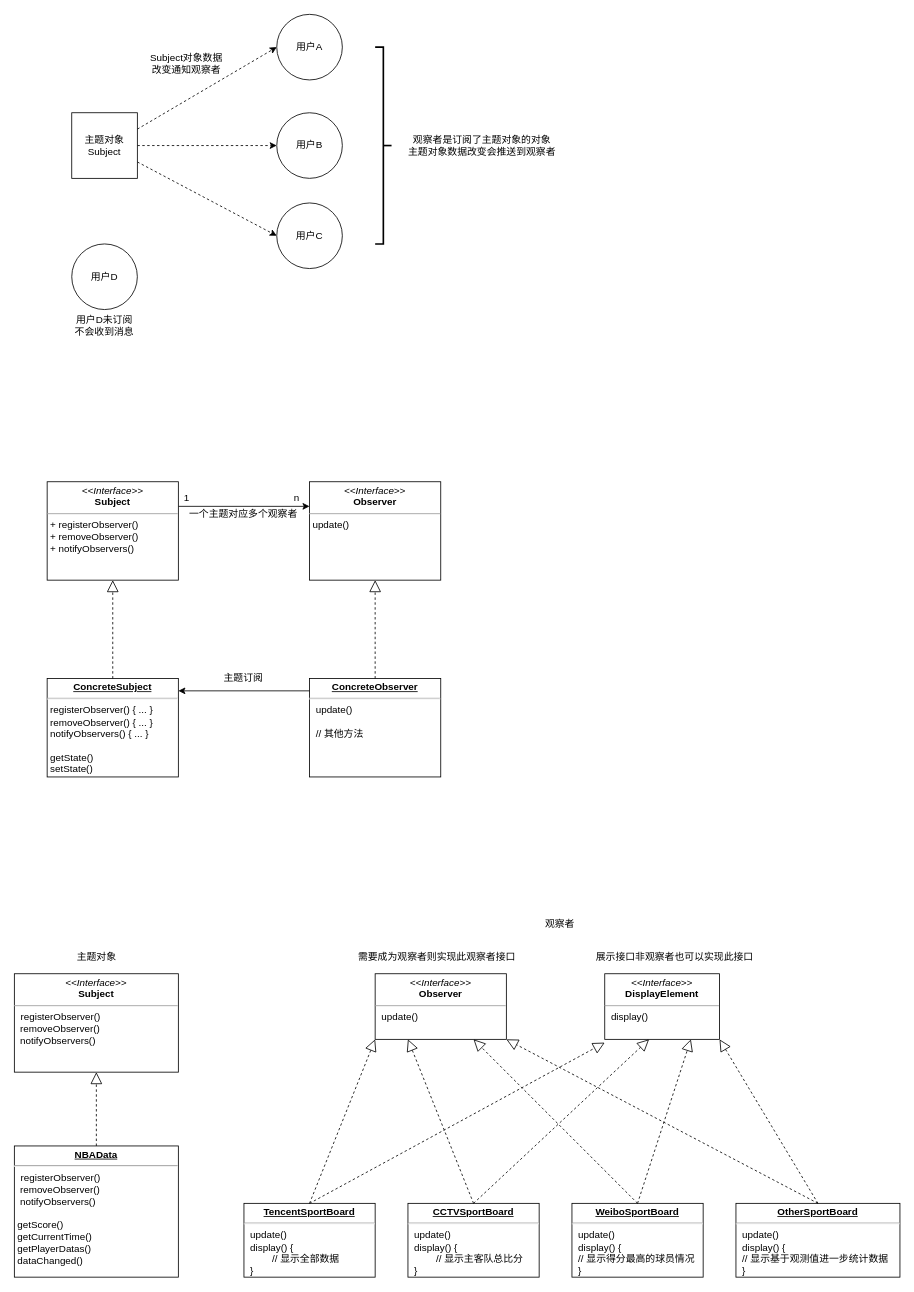
Above: page "Page-2" (2 of 4) of Untitled Diagram.drawio in gaolijiemathcs/drawio (draw.io), before the change. Source tidied: cells renumbered, new cells numbered last; positions are measured from the earlier drawing's top-left corner, leaving out a move shared by most shapes. Both pictures are drawn from the tidied source at 82%, with x=0, y=0 at pixel (14, 14).
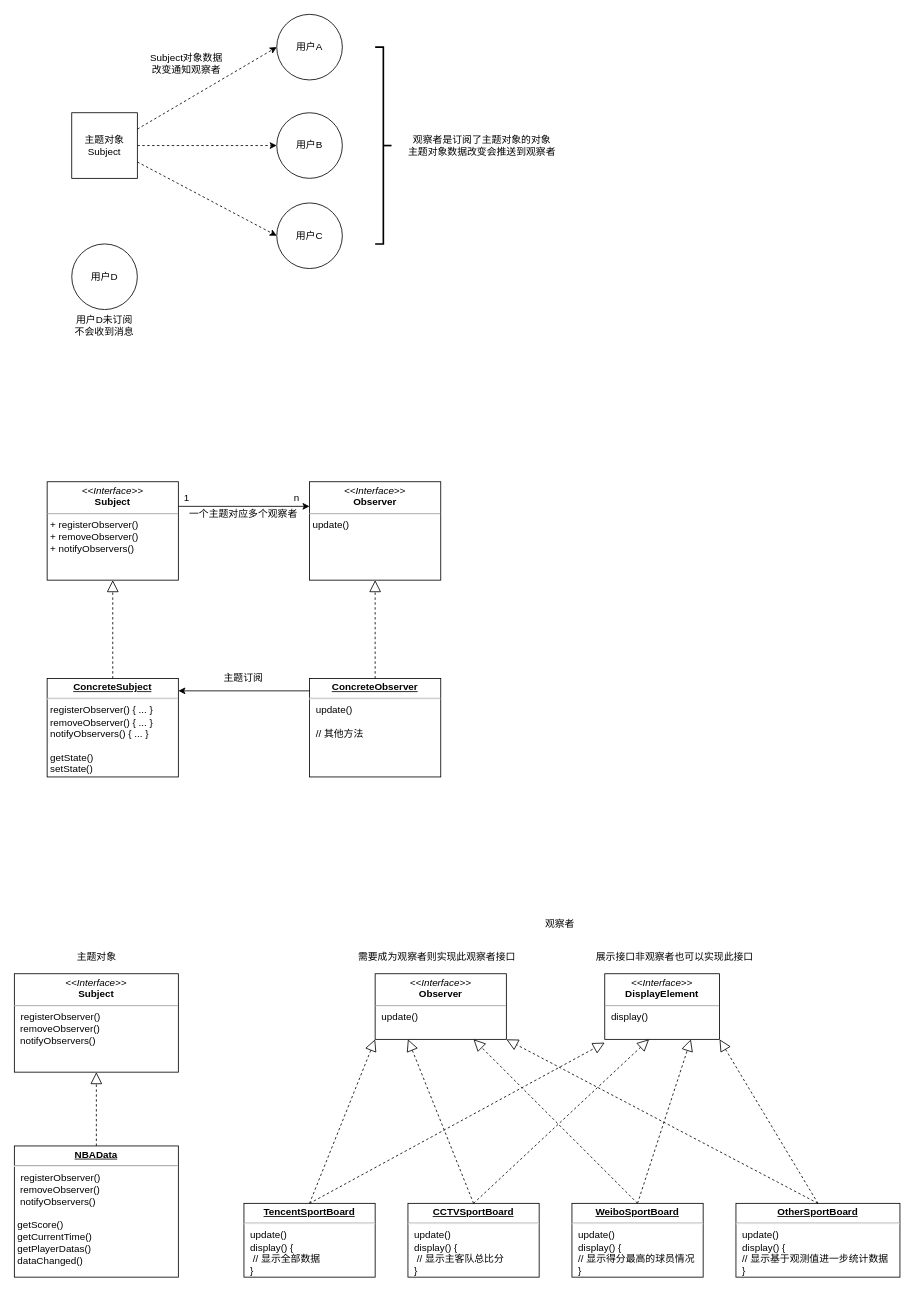
The same diagram, later.

Change to the diagram source:
```diff
@@
-    <mxCell id="29" value="&lt;p style=&quot;margin: 0px ; margin-top: 4px ; text-align: center ; text-decoration: underline&quot;&gt;&lt;b&gt;TencentSportBoard&lt;/b&gt;&lt;/p&gt;&lt;hr&gt;&lt;p style=&quot;margin: 0px ; margin-left: 8px&quot;&gt;update()&lt;/p&gt;&lt;p style=&quot;margin: 0px ; margin-left: 8px&quot;&gt;display() {&lt;/p&gt;&lt;p style=&quot;margin: 0px ; margin-left: 8px&quot;&gt;&lt;span style=&quot;white-space: pre&quot;&gt;&#9;&lt;/span&gt;// 显示全部数据&lt;br&gt;&lt;/p&gt;&lt;p style=&quot;margin: 0px ; margin-left: 8px&quot;&gt;}&lt;/p&gt;" style="verticalAlign=top;align=left;overflow=fill;fontSize=12;fontFamily=Helvetica;html=1;" parent="1" vertex="1">
+    <mxCell id="29" value="&lt;p style=&quot;margin: 0px ; margin-top: 4px ; text-align: center ; text-decoration: underline&quot;&gt;&lt;b&gt;TencentSportBoard&lt;/b&gt;&lt;/p&gt;&lt;hr&gt;&lt;p style=&quot;margin: 0px ; margin-left: 8px&quot;&gt;update()&lt;/p&gt;&lt;p style=&quot;margin: 0px ; margin-left: 8px&quot;&gt;display() {&lt;/p&gt;&lt;p style=&quot;margin: 0px ; margin-left: 8px&quot;&gt;&lt;span style=&quot;white-space: pre&quot;&gt; &lt;/span&gt;// 显示全部数据&lt;br&gt;&lt;/p&gt;&lt;p style=&quot;margin: 0px ; margin-left: 8px&quot;&gt;}&lt;/p&gt;" style="verticalAlign=top;align=left;overflow=fill;fontSize=12;fontFamily=Helvetica;html=1;" parent="1" vertex="1">
       <mxGeometry x="280" y="1450" width="160" height="90" as="geometry" />
     </mxCell>
-    <mxCell id="30" value="&lt;p style=&quot;margin: 0px ; margin-top: 4px ; text-align: center ; text-decoration: underline&quot;&gt;&lt;b&gt;CCTVSportBoard&lt;/b&gt;&lt;/p&gt;&lt;hr&gt;&lt;p style=&quot;margin: 0px ; margin-left: 8px&quot;&gt;update()&lt;/p&gt;&lt;p style=&quot;margin: 0px ; margin-left: 8px&quot;&gt;display() {&lt;/p&gt;&lt;p style=&quot;margin: 0px ; margin-left: 8px&quot;&gt;&lt;span style=&quot;white-space: pre&quot;&gt;&#9;&lt;/span&gt;// 显示主客队总比分&lt;br&gt;&lt;/p&gt;&lt;p style=&quot;margin: 0px ; margin-left: 8px&quot;&gt;}&lt;/p&gt;" style="verticalAlign=top;align=left;overflow=fill;fontSize=12;fontFamily=Helvetica;html=1;" parent="1" vertex="1">
+    <mxCell id="30" value="&lt;p style=&quot;margin: 0px ; margin-top: 4px ; text-align: center ; text-decoration: underline&quot;&gt;&lt;b&gt;CCTVSportBoard&lt;/b&gt;&lt;/p&gt;&lt;hr&gt;&lt;p style=&quot;margin: 0px ; margin-left: 8px&quot;&gt;update()&lt;/p&gt;&lt;p style=&quot;margin: 0px ; margin-left: 8px&quot;&gt;display() {&lt;/p&gt;&lt;p style=&quot;margin: 0px ; margin-left: 8px&quot;&gt;&lt;span style=&quot;white-space: pre&quot;&gt; &lt;/span&gt;// 显示主客队总比分&lt;br&gt;&lt;/p&gt;&lt;p style=&quot;margin: 0px ; margin-left: 8px&quot;&gt;}&lt;/p&gt;" style="verticalAlign=top;align=left;overflow=fill;fontSize=12;fontFamily=Helvetica;html=1;" parent="1" vertex="1">
       <mxGeometry x="480" y="1450" width="160" height="90" as="geometry" />
     </mxCell>
```
